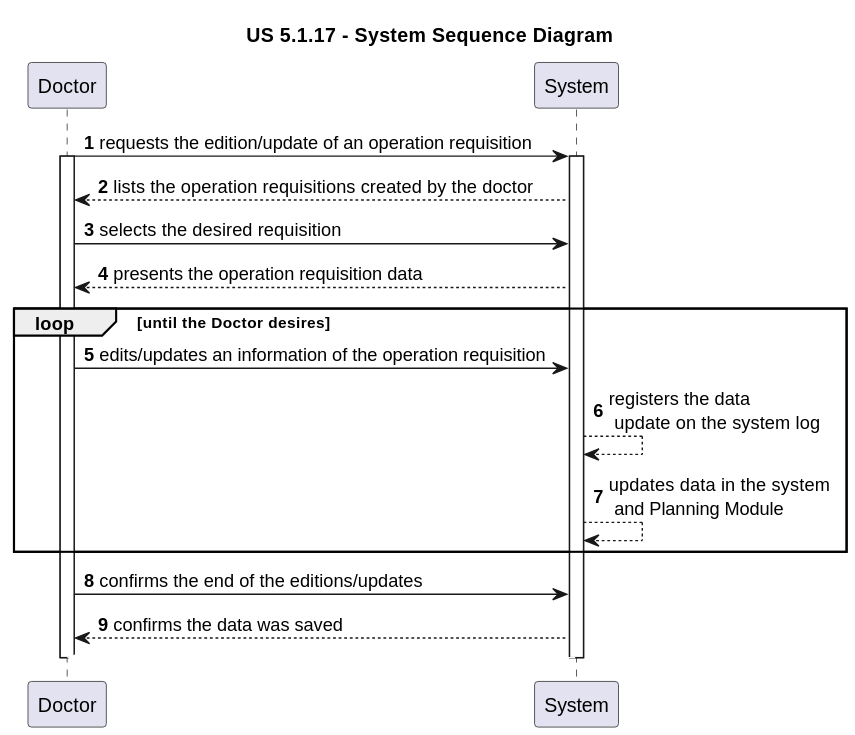
The PlantUML diagram docs/sprint-1/us-5.1.17/diagrams/SSD/us_5.1.17_system_sequence_diagram.svg in rita-barbosa/LAPR5-2425, before a commit. Its diagram source:
```plantuml
@startuml

title "US 5.1.17 - System Sequence Diagram"

autonumber

participant Doctor as DOC
participant System as SYS

DOC -> SYS : requests the edition/update of an operation requisition
activate DOC
activate SYS

SYS --> DOC : lists the operation requisitions created by the doctor

DOC -> SYS : selects the desired requisition

SYS --> DOC : presents the operation requisition data

loop until the Doctor desires

DOC -> SYS : edits/updates an information of the operation requisition

SYS --> SYS : registers the data\n update on the system log

SYS --> SYS : updates data in the system\n and Planning Module

end loop

DOC -> SYS : confirms the end of the editions/updates

SYS --> DOC : confirms the data was saved

autonumber stop
SYS -[#white]> DOC

deactivate DOC
deactivate SYS
@enduml
```
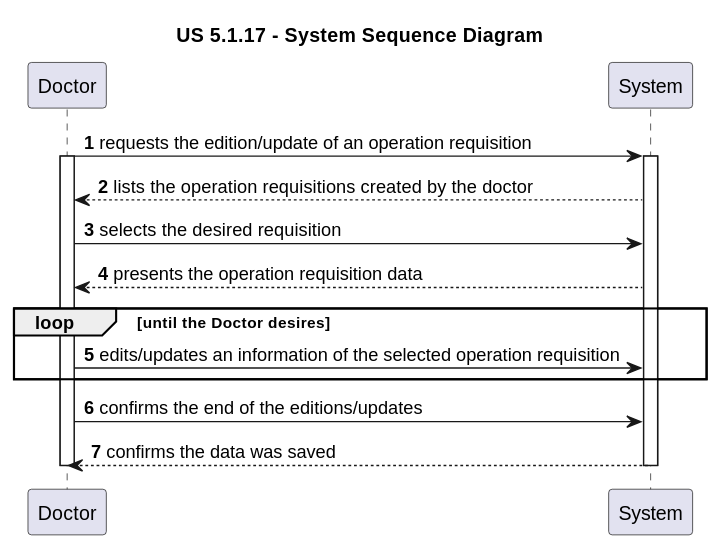
The same diagram one commit later.

Change to the diagram source:
```diff
@@ -19,21 +19,13 @@
 
 loop until the Doctor desires
 
-DOC -> SYS : edits/updates an information of the operation requisition
-
-SYS --> SYS : registers the data\n update on the system log
-
-SYS --> SYS : updates data in the system\n and Planning Module
-
+DOC -> SYS : edits/updates an information of the selected operation requisition
 end loop
 
 DOC -> SYS : confirms the end of the editions/updates
 
 SYS --> DOC : confirms the data was saved
 
-autonumber stop
-SYS -[#white]> DOC
-
 deactivate DOC
 deactivate SYS
 @enduml
```
